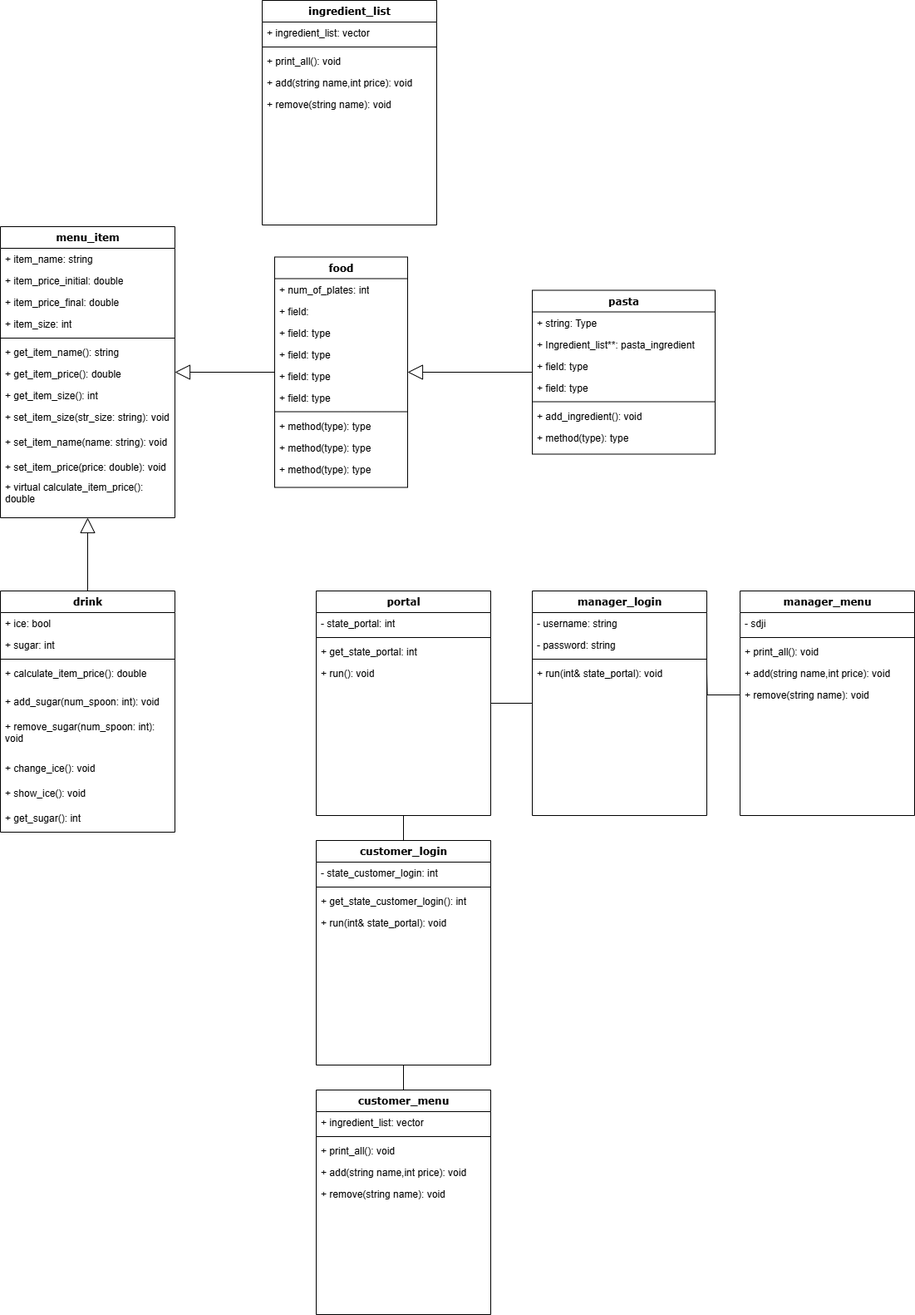
Earlier version of the draw.io export UML.png (SohamA12345/Project). Source tidied: cells renumbered, new cells last; positions are measured from the earlier drawing's top-left corner, leaving out a move shared by most shapes.
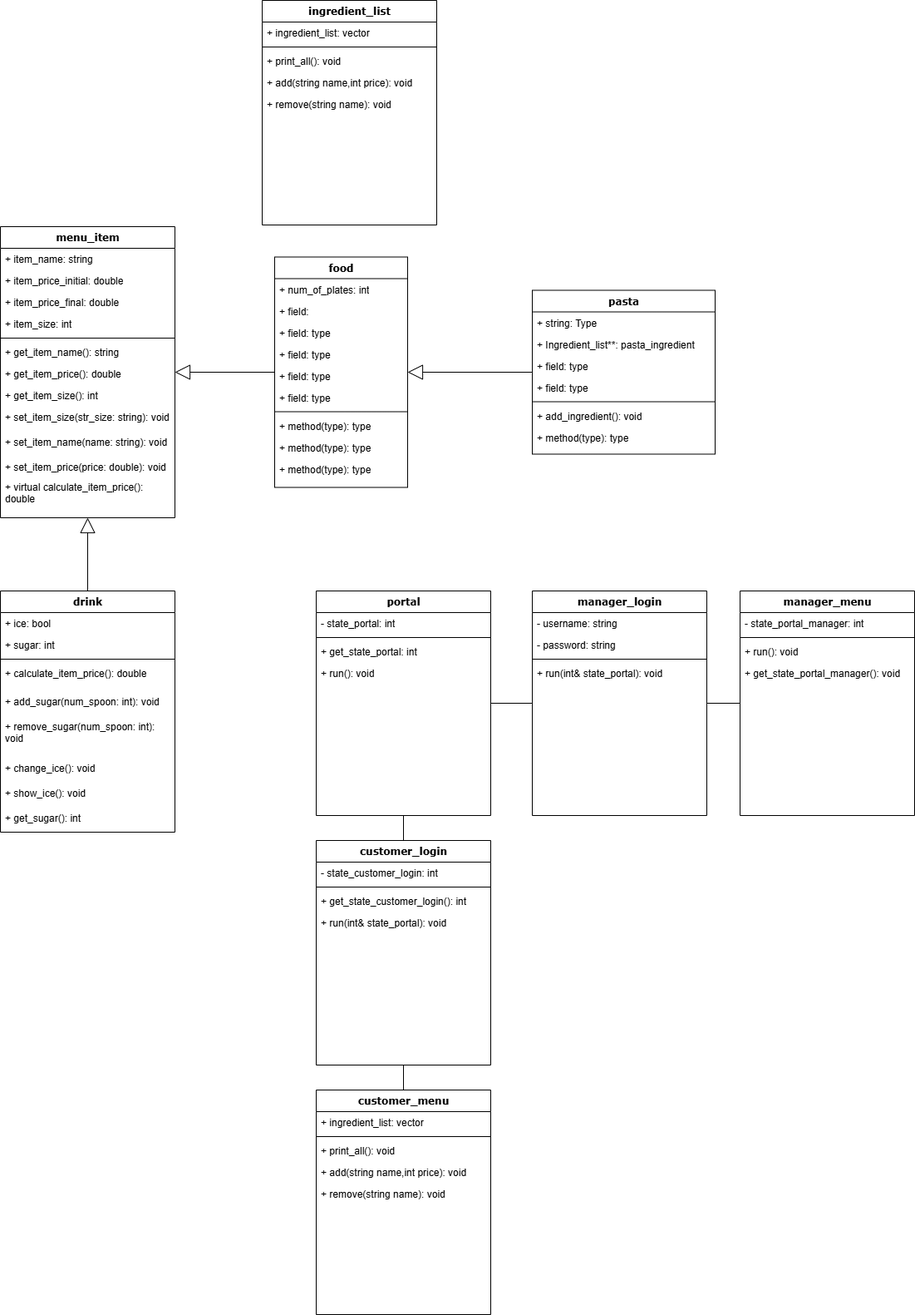
Above is the later version.

Change to the diagram source:
```diff
@@ -176,6 +176,9 @@
     <mxCell id="59" style="rounded=0;jettySize=auto;html=1;endArrow=none;endFill=0;entryX=1;entryY=0.5;entryDx=0;entryDy=0;" parent="1" edge="1" source="60" target="54">
       <mxGeometry relative="1" as="geometry" />
     </mxCell>
+    <mxCell id="85" style="edgeStyle=orthogonalEdgeStyle;rounded=0;jettySize=auto;html=1;exitX=1;exitY=0.5;exitDx=0;exitDy=0;entryX=0;entryY=0.5;entryDx=0;entryDy=0;endArrow=none;endFill=0;" parent="1" edge="1" source="60" target="65">
+      <mxGeometry relative="1" as="geometry" />
+    </mxCell>
     <mxCell id="60" value="manager_login" style="swimlane;html=1;fontStyle=1;align=center;verticalAlign=top;horizontal=1;startSize=26;swimlaneFillColor=#ffffff;rounded=0;shadow=0;comic=0;labelBackgroundColor=none;strokeWidth=1;fillColor=none;fontFamily=Verdana;fontSize=12;" parent="1" vertex="1">
       <mxGeometry x="640" y="710" width="210" height="270" as="geometry" />
     </mxCell>
@@ -194,21 +197,18 @@
     <mxCell id="65" value="manager_menu" style="swimlane;html=1;fontStyle=1;align=center;verticalAlign=top;horizontal=1;startSize=26;swimlaneFillColor=#ffffff;rounded=0;shadow=0;comic=0;labelBackgroundColor=none;strokeWidth=1;fillColor=none;fontFamily=Verdana;fontSize=12;" parent="1" vertex="1">
       <mxGeometry x="890" y="710" width="210" height="270" as="geometry" />
     </mxCell>
-    <mxCell id="66" value="- sdji" style="text;html=1;strokeColor=none;fillColor=none;align=left;verticalAlign=top;spacingLeft=4;spacingRight=4;whiteSpace=wrap;overflow=hidden;" parent="65" vertex="1">
+    <mxCell id="66" value="-&amp;nbsp;state_portal_manager: int" style="text;html=1;strokeColor=none;fillColor=none;align=left;verticalAlign=top;spacingLeft=4;spacingRight=4;whiteSpace=wrap;overflow=hidden;" parent="65" vertex="1">
       <mxGeometry y="26" width="210" height="26" as="geometry" />
     </mxCell>
     <mxCell id="67" style="line;html=1;strokeWidth=1;fillColor=none;align=left;verticalAlign=middle;spacingTop=-1;spacingLeft=3;spacingRight=3;labelPosition=right;" parent="65" vertex="1">
       <mxGeometry y="52" width="210" height="8" as="geometry" />
     </mxCell>
-    <mxCell id="68" value="+ print_all(): void" style="text;html=1;strokeColor=none;fillColor=none;align=left;verticalAlign=top;spacingLeft=4;spacingRight=4;whiteSpace=wrap;overflow=hidden;" parent="65" vertex="1">
+    <mxCell id="68" value="+ run(): void" style="text;html=1;strokeColor=none;fillColor=none;align=left;verticalAlign=top;spacingLeft=4;spacingRight=4;whiteSpace=wrap;overflow=hidden;" parent="65" vertex="1">
       <mxGeometry y="60" width="210" height="26" as="geometry" />
     </mxCell>
-    <mxCell id="69" value="+ add(string name,int price): void" style="text;html=1;strokeColor=none;fillColor=none;align=left;verticalAlign=top;spacingLeft=4;spacingRight=4;whiteSpace=wrap;overflow=hidden;" parent="65" vertex="1">
+    <mxCell id="69" value="+ get_state_portal_manager(): void" style="text;html=1;strokeColor=none;fillColor=none;align=left;verticalAlign=top;spacingLeft=4;spacingRight=4;whiteSpace=wrap;overflow=hidden;" parent="65" vertex="1">
       <mxGeometry y="86" width="210" height="26" as="geometry" />
     </mxCell>
-    <mxCell id="70" value="+ remove(string name): void" style="text;html=1;strokeColor=none;fillColor=none;align=left;verticalAlign=top;spacingLeft=4;spacingRight=4;whiteSpace=wrap;overflow=hidden;points=[[0,0.5],[1,0.5]];portConstraint=eastwest;" parent="65" vertex="1">
-      <mxGeometry y="112" width="210" height="26" as="geometry" />
-    </mxCell>
     <mxCell id="71" style="edgeStyle=orthogonalEdgeStyle;rounded=0;jettySize=auto;html=1;exitX=0.5;exitY=0;exitDx=0;exitDy=0;entryX=0.5;entryY=1;entryDx=0;entryDy=0;endArrow=none;endFill=0;" parent="1" edge="1" source="72" target="79">
       <mxGeometry relative="1" as="geometry" />
     </mxCell>
@@ -248,10 +248,5 @@
     <mxCell id="83" value="+ run(int&amp;amp; state_portal): void" style="text;html=1;strokeColor=none;fillColor=none;align=left;verticalAlign=top;spacingLeft=4;spacingRight=4;whiteSpace=wrap;overflow=hidden;" parent="79" vertex="1">
       <mxGeometry y="86" width="210" height="26" as="geometry" />
     </mxCell>
-    <mxCell id="84" style="edgeStyle=orthogonalEdgeStyle;rounded=0;jettySize=auto;html=1;exitX=1;exitY=0.5;exitDx=0;exitDy=0;entryX=0;entryY=0.5;entryDx=0;entryDy=0;endArrow=none;endFill=0;" parent="1" edge="1" target="70">
-      <mxGeometry relative="1" as="geometry">
-        <mxPoint x="850" y="809" as="sourcePoint" />
-      </mxGeometry>
-    </mxCell>
   </root>
 </mxGraphModel>
```
